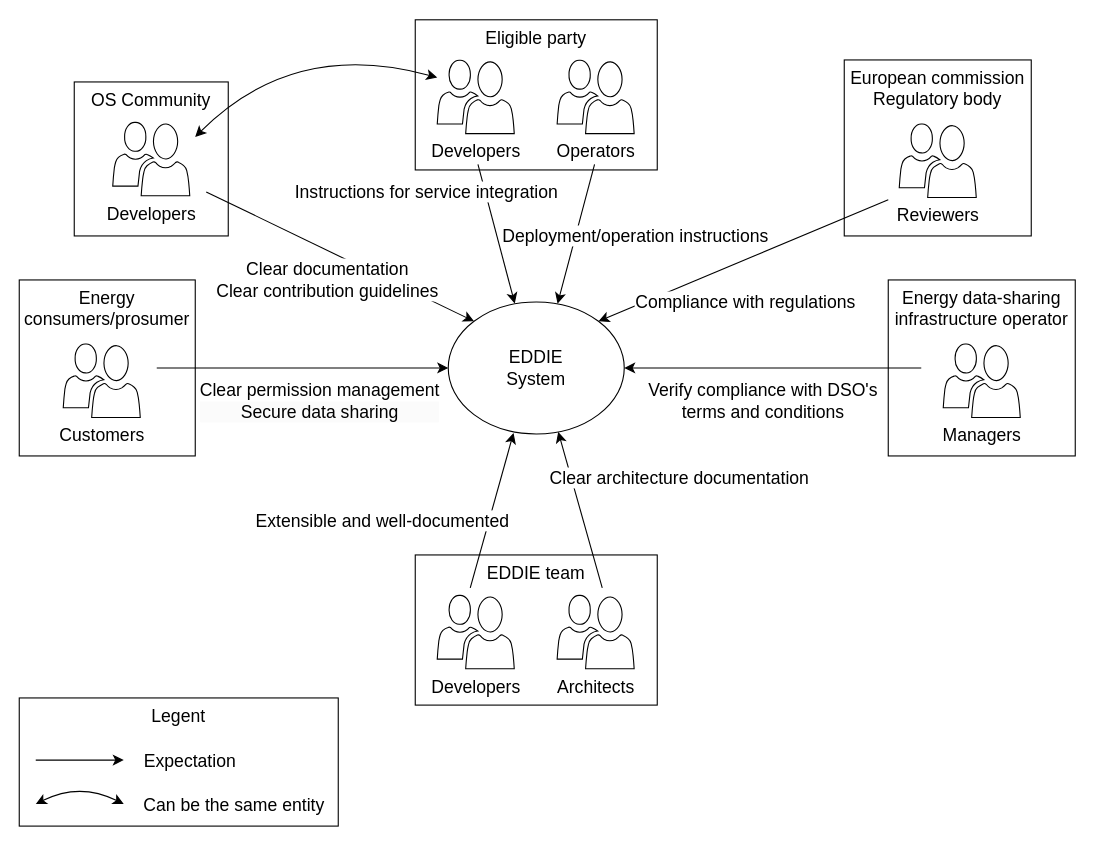
Above: arc42/introduction-and-goals/figures/stakeholders.drawio in eddie-energy/architecture (draw.io), before the change. Source tidied: cells renumbered, new cells numbered last; positions are measured from the earlier drawing's top-left corner, leaving out a move shared by most shapes. Both pictures are drawn from the tidied source at 110%, with x=0, y=0 at pixel (19, 20).
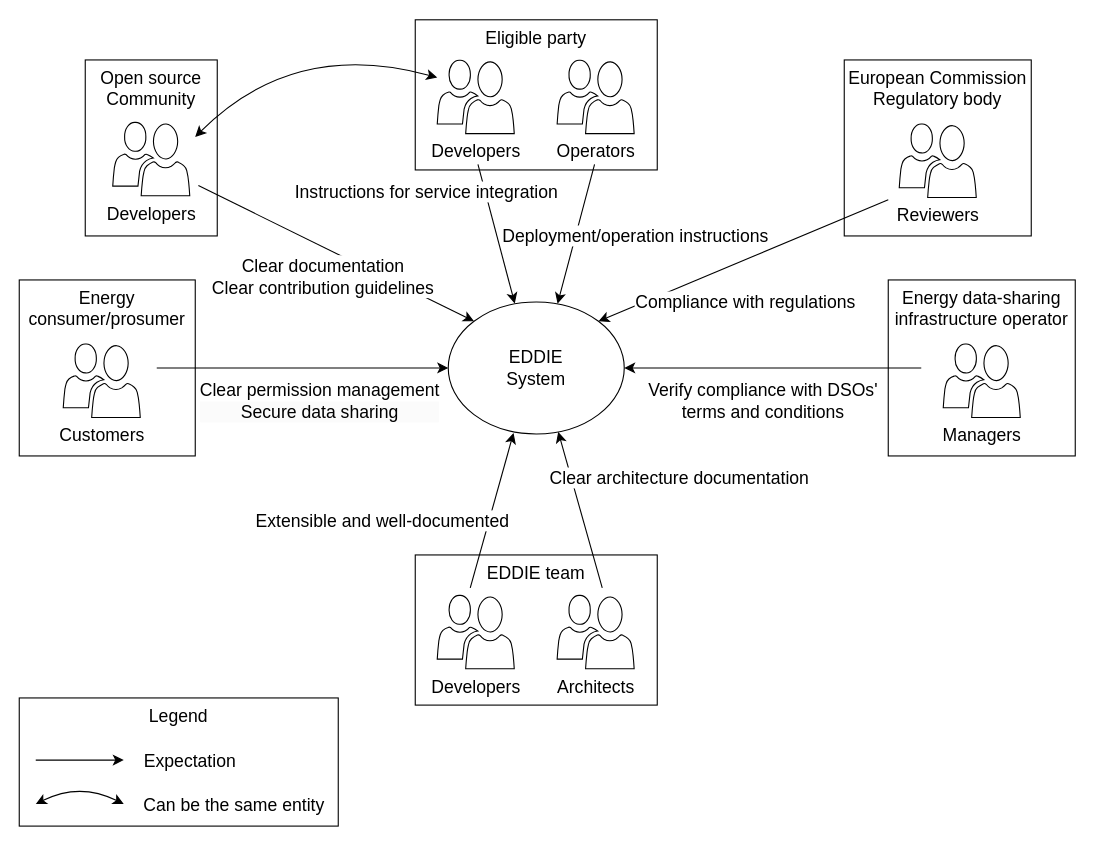
The same diagram, later.

Unchanged cells that the change refers to:
```xml
<mxCell id="10" value="&lt;font&gt;EDDIE&lt;/font&gt;&lt;div&gt;&lt;font&gt;System&lt;/font&gt;&lt;/div&gt;" style="ellipse;whiteSpace=wrap;html=1;fontSize=16;" parent="1" vertex="1">
  <mxGeometry x="390" y="256" width="160" height="120" as="geometry" />
</mxCell>
```

Diff of the diagram source:
```diff
@@
-    <mxCell id="2" value="Legent" style="rounded=0;whiteSpace=wrap;html=1;verticalAlign=top;fontSize=16;" parent="1" vertex="1">
+    <mxCell id="2" value="Legend" style="rounded=0;whiteSpace=wrap;html=1;verticalAlign=top;fontSize=16;" parent="1" vertex="1">
       <mxGeometry y="616" width="290" height="116.5" as="geometry" />
     </mxCell>
-    <mxCell id="3" value="European commission&lt;div&gt;Regulatory body&lt;/div&gt;" style="rounded=0;whiteSpace=wrap;html=1;verticalAlign=top;fontSize=16;" parent="1" vertex="1">
+    <mxCell id="3" value="European Commission&lt;div&gt;Regulatory body&lt;/div&gt;" style="rounded=0;whiteSpace=wrap;html=1;verticalAlign=top;fontSize=16;" parent="1" vertex="1">
       <mxGeometry x="750" y="36" width="170" height="160" as="geometry" />
     </mxCell>
@@
-    <mxCell id="5" value="Energy&lt;div&gt;consumers/prosumer&lt;/div&gt;" style="rounded=0;whiteSpace=wrap;html=1;verticalAlign=top;fontSize=16;" parent="1" vertex="1">
+    <mxCell id="5" value="Energy&lt;div&gt;consumer/prosumer&lt;/div&gt;" style="rounded=0;whiteSpace=wrap;html=1;verticalAlign=top;fontSize=16;" parent="1" vertex="1">
       <mxGeometry y="236" width="160" height="160" as="geometry" />
     </mxCell>
@@
-    <mxCell id="7" value="OS Community" style="rounded=0;whiteSpace=wrap;html=1;verticalAlign=top;fontSize=16;" parent="1" vertex="1">
-      <mxGeometry x="50" y="56" width="140" height="140" as="geometry" />
+    <mxCell id="7" value="Open source Community" style="rounded=0;whiteSpace=wrap;html=1;verticalAlign=top;fontSize=16;" parent="1" vertex="1">
+      <mxGeometry x="60" y="36" width="120" height="160" as="geometry" />
     </mxCell>
@@
-    <mxCell id="20" value="Verify compliance with DSO's&lt;div&gt;terms and conditions&lt;/div&gt;" style="edgeStyle=none;shape=connector;rounded=0;jettySize=auto;html=1;align=center;verticalAlign=middle;fontFamily=Helvetica;fontSize=16;fontColor=default;labelBackgroundColor=default;endArrow=classic;endFill=1;entryX=1;entryY=0.5;entryDx=0;entryDy=0;endSize=7;startSize=7;strokeWidth=1;" parent="1" edge="1" target="10">
+    <mxCell id="20" value="Verify compliance with DSOs'&lt;div&gt;terms and conditions&lt;/div&gt;" style="edgeStyle=none;shape=connector;rounded=0;jettySize=auto;html=1;align=center;verticalAlign=middle;fontFamily=Helvetica;fontSize=16;fontColor=default;labelBackgroundColor=default;endArrow=classic;endFill=1;entryX=1;entryY=0.5;entryDx=0;entryDy=0;endSize=7;startSize=7;strokeWidth=1;" parent="1" edge="1" target="10">
       <mxGeometry x="0.07" y="30" relative="1" as="geometry">
         <mxPoint x="820" y="316" as="sourcePoint" />
       </mxGeometry>
     </mxCell>
```
